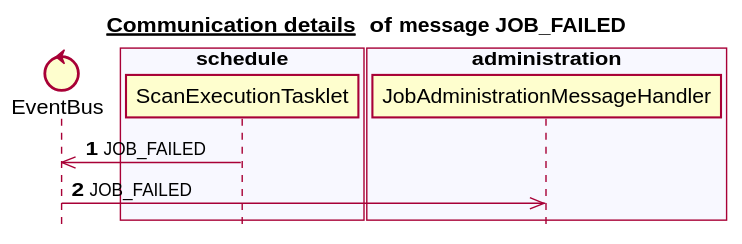
This is docs/latest/images/gen_domain_messaging_job_failed.svg from mercedes-benz/sechub, a PlantUML export, as it was before one commit.
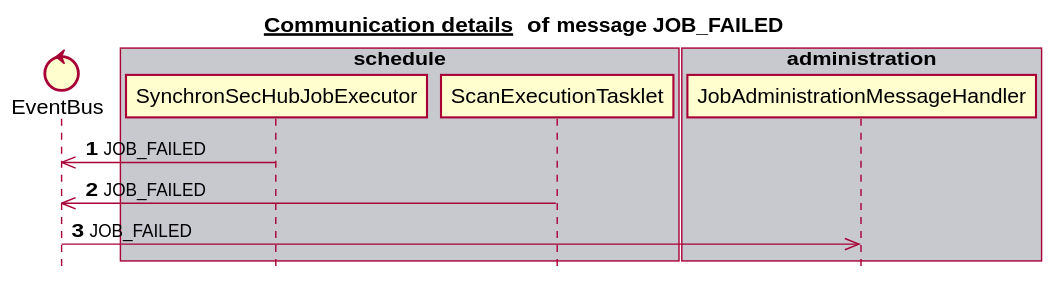
The same file after the commit.

Diff of the diagram source:
```diff
@@ -6,19 +6,21 @@
 
 
 control EventBus
-box "scan" #C8C8CF
+box "schedule" #C8C8CF
+   participant SynchronSecHubJobExecutor
+   participant ScanExecutionTasklet
 end box
-box "schedule" #F8F8FF
-   participant ScanExecutionTasklet
+box "scan" #F8F8FF
+end box
+box "administration" #C8C8CF
+   participant JobAdministrationMessageHandler
+end box
+box "notification" #F8F8FF
 end box
 box "authorization" #C8C8CF
 end box
-box "administration" #F8F8FF
-   participant JobAdministrationMessageHandler
-end box
-box "notification" #C8C8CF
-end box
 autonumber 1
+SynchronSecHubJobExecutor ->> EventBus:JOB_FAILED
 ScanExecutionTasklet ->> EventBus:JOB_FAILED
 EventBus ->> JobAdministrationMessageHandler:JOB_FAILED
 autonumber stop
```
